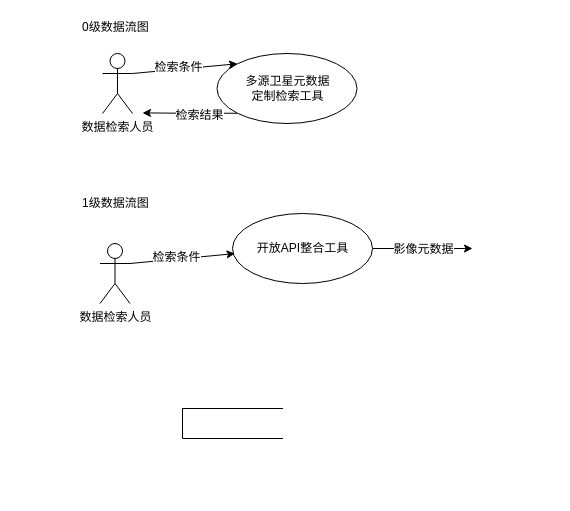
Above: page 6 of 6 of 影像查询和融合系统.drawio in dorbodwolf/graphs_from_draw.io (draw.io), before the change. Source tidied: cells renumbered, new cells numbered last; positions are measured from the earlier drawing's top-left corner, leaving out a move shared by most shapes. Both pictures are drawn from the tidied source at 100%, with x=0, y=0 at pixel (80, 17).
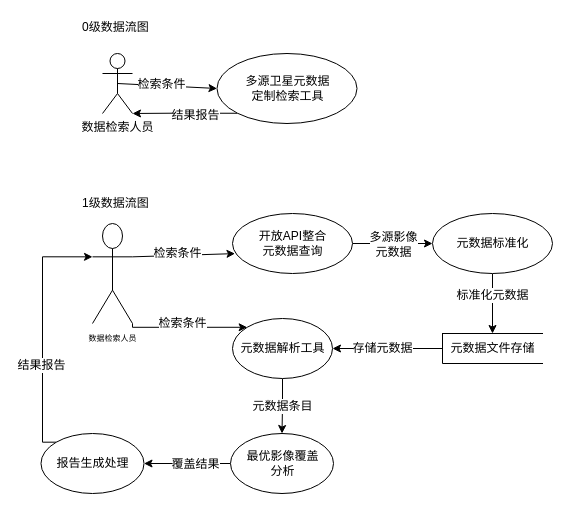
After the change.

Commit message (it also covers changes not shown here):
Update 影像查询和融合系统.drawio

Unchanged cells that the change refers to:
```xml
<mxCell id="5" value="多源卫星元数据&lt;br&gt;定制检索工具" style="shape=ellipse;html=1;dashed=0;whitespace=wrap;perimeter=ellipsePerimeter;" parent="1" vertex="1">
  <mxGeometry x="136.5" y="36" width="140" height="70" as="geometry" />
</mxCell>
<mxCell id="8" value="数据检索人员" style="shape=umlActor;verticalLabelPosition=bottom;labelBackgroundColor=#ffffff;verticalAlign=top;html=1;outlineConnect=0;" parent="1" vertex="1">
  <mxGeometry x="22" y="36" width="30" height="60" as="geometry" />
</mxCell>
```

The edit, as a diff of the source:
```diff
@@
+    <mxCell id="17" style="edgeStyle=orthogonalEdgeStyle;rounded=0;jettySize=auto;html=1;" parent="1" edge="1" source="2" target="34">
+      <mxGeometry relative="1" as="geometry" />
+    </mxCell>
+    <mxCell id="18" value="存储元数据" style="text;html=1;align=center;verticalAlign=middle;labelBackgroundColor=#ffffff;" parent="17" vertex="1">
+      <mxGeometry x="0.21" y="2" relative="1" as="geometry">
+        <mxPoint x="6" y="-2.5" as="offset" />
+      </mxGeometry>
+    </mxCell>
-    <mxCell id="2" style="html=1;dashed=0;whitespace=wrap;shape=partialRectangle;right=0;fillColor=none;" parent="1" vertex="1">
-      <mxGeometry x="102" y="391" width="100" height="30" as="geometry" />
+    <mxCell id="2" value="元数据文件存储&lt;br&gt;" style="html=1;dashed=0;whitespace=wrap;shape=partialRectangle;right=0;fillColor=none;" parent="1" vertex="1">
+      <mxGeometry x="362" y="316" width="100" height="30" as="geometry" />
     </mxCell>
-    <mxCell id="3" style="edgeStyle=orthogonalEdgeStyle;rounded=0;jettySize=auto;html=1;exitX=0;exitY=1;exitDx=0;exitDy=0;" parent="1" edge="1" source="5">
+    <mxCell id="3" style="edgeStyle=orthogonalEdgeStyle;rounded=0;jettySize=auto;html=1;exitX=0;exitY=1;exitDx=0;exitDy=0;entryX=1;entryY=1;entryDx=0;entryDy=0;entryPerimeter=0;" parent="1" edge="1" source="5" target="8">
       <mxGeometry relative="1" as="geometry">
-        <mxPoint x="62" y="95.4" as="targetPoint" />
+        <Array as="points">
+          <mxPoint x="94" y="96" />
+        </Array>
       </mxGeometry>
     </mxCell>
-    <mxCell id="4" value="检索结果" style="text;html=1;align=center;verticalAlign=middle;labelBackgroundColor=#ffffff;" parent="3" vertex="1">
+    <mxCell id="4" value="结果报告" style="text;html=1;align=center;verticalAlign=middle;labelBackgroundColor=#ffffff;" parent="3" vertex="1">
       <mxGeometry x="-0.18" y="2" relative="1" as="geometry" />
     </mxCell>
@@
-    <mxCell id="6" style="endArrow=classic;html=1;exitX=1;exitY=0.3333333333333333;exitDx=0;exitDy=0;exitPerimeter=0;entryX=0;entryY=0;entryDx=0;entryDy=0;" parent="1" edge="1" source="8" target="5">
+    <mxCell id="6" style="endArrow=classic;html=1;exitX=0.5;exitY=0.5;exitDx=0;exitDy=0;exitPerimeter=0;entryX=0;entryY=0.5;entryDx=0;entryDy=0;" parent="1" edge="1" source="8" target="5">
       <mxGeometry relative="1" as="geometry" />
     </mxCell>
@@
+    <mxCell id="19" style="edgeStyle=orthogonalEdgeStyle;rounded=0;jettySize=auto;html=1;exitX=1;exitY=1;exitDx=0;exitDy=0;exitPerimeter=0;entryX=0;entryY=0;entryDx=0;entryDy=0;" parent="1" edge="1" source="13" target="34">
+      <mxGeometry relative="1" as="geometry">
+        <Array as="points">
+          <mxPoint x="52" y="310" />
+        </Array>
+      </mxGeometry>
+    </mxCell>
+    <mxCell id="20" value="检索条件" style="text;html=1;align=center;verticalAlign=middle;labelBackgroundColor=#ffffff;" parent="19" vertex="1">
+      <mxGeometry x="-0.14" y="-3" relative="1" as="geometry">
+        <mxPoint x="2.5" y="-7" as="offset" />
+      </mxGeometry>
+    </mxCell>
-    <mxCell id="13" value="数据检索人员" style="shape=umlActor;verticalLabelPosition=bottom;labelBackgroundColor=#ffffff;verticalAlign=top;html=1;outlineConnect=0;" parent="1" vertex="1">
-      <mxGeometry x="19.5" y="226" width="30" height="60" as="geometry" />
+    <mxCell id="13" value="&lt;font style=&quot;font-size: 8px&quot;&gt;数据检索人员&lt;/font&gt;" style="shape=umlActor;verticalLabelPosition=bottom;labelBackgroundColor=#ffffff;verticalAlign=top;html=1;outlineConnect=0;" parent="1" vertex="1">
+      <mxGeometry x="12" y="206" width="40" height="100" as="geometry" />
     </mxCell>
-    <mxCell id="14" style="edgeStyle=orthogonalEdgeStyle;rounded=0;jettySize=auto;html=1;" parent="1" edge="1" source="16">
-      <mxGeometry relative="1" as="geometry">
-        <mxPoint x="392" y="231" as="targetPoint" />
-      </mxGeometry>
-    </mxCell>
-    <mxCell id="15" value="影像元数据" style="text;html=1;align=center;verticalAlign=middle;labelBackgroundColor=#ffffff;" parent="14" vertex="1">
-      <mxGeometry x="-0.34" y="-1" relative="1" as="geometry">
-        <mxPoint x="17" y="-1" as="offset" />
-      </mxGeometry>
-    </mxCell>
+    <mxCell id="21" style="edgeStyle=orthogonalEdgeStyle;rounded=0;jettySize=auto;html=1;" parent="1" edge="1" source="16" target="25">
+      <mxGeometry relative="1" as="geometry" />
+    </mxCell>
+    <mxCell id="22" value="多源影像&lt;br&gt;元数据" style="text;html=1;align=center;verticalAlign=middle;labelBackgroundColor=#ffffff;" parent="21" vertex="1">
+      <mxGeometry x="-0.32" relative="1" as="geometry">
+        <mxPoint x="13" as="offset" />
+      </mxGeometry>
+    </mxCell>
-    <mxCell id="16" value="开放API整合工具" style="shape=ellipse;html=1;dashed=0;whitespace=wrap;perimeter=ellipsePerimeter;" parent="1" vertex="1">
-      <mxGeometry x="152" y="196" width="140" height="70" as="geometry" />
+    <mxCell id="16" value="开放API整合&lt;br&gt;元数据查询" style="shape=ellipse;html=1;dashed=0;whitespace=wrap;perimeter=ellipsePerimeter;" parent="1" vertex="1">
+      <mxGeometry x="152" y="196" width="120" height="60" as="geometry" />
     </mxCell>
+    <mxCell id="23" style="edgeStyle=orthogonalEdgeStyle;rounded=0;jettySize=auto;html=1;" parent="1" edge="1" source="25" target="2">
+      <mxGeometry relative="1" as="geometry" />
+    </mxCell>
+    <mxCell id="24" value="标准化元数据" style="text;html=1;align=center;verticalAlign=middle;labelBackgroundColor=#ffffff;" parent="23" vertex="1">
+      <mxGeometry x="-0.29" y="-1" relative="1" as="geometry" />
+    </mxCell>
+    <mxCell id="25" value="元数据标准化" style="shape=ellipse;html=1;dashed=0;whitespace=wrap;perimeter=ellipsePerimeter;" parent="1" vertex="1">
+      <mxGeometry x="352" y="196" width="120" height="60" as="geometry" />
+    </mxCell>
+    <mxCell id="26" style="edgeStyle=orthogonalEdgeStyle;rounded=0;jettySize=auto;html=1;" parent="1" edge="1" source="28" target="31">
+      <mxGeometry relative="1" as="geometry" />
+    </mxCell>
+    <mxCell id="27" value="覆盖结果" style="text;html=1;align=center;verticalAlign=middle;labelBackgroundColor=#ffffff;" parent="26" vertex="1">
+      <mxGeometry x="-0.16" relative="1" as="geometry" />
+    </mxCell>
+    <mxCell id="28" value="最优影像覆盖&lt;br&gt;分析" style="shape=ellipse;html=1;dashed=0;whitespace=wrap;perimeter=ellipsePerimeter;" parent="1" vertex="1">
+      <mxGeometry x="150" y="416" width="103" height="60" as="geometry" />
+    </mxCell>
+    <mxCell id="29" style="edgeStyle=orthogonalEdgeStyle;rounded=0;jettySize=auto;html=1;exitX=0;exitY=0;exitDx=0;exitDy=0;entryX=0;entryY=0.3333333333333333;entryDx=0;entryDy=0;entryPerimeter=0;" parent="1" edge="1" source="31" target="13">
+      <mxGeometry relative="1" as="geometry">
+        <Array as="points">
+          <mxPoint x="-38" y="425" />
+          <mxPoint x="-38" y="240" />
+        </Array>
+      </mxGeometry>
+    </mxCell>
+    <mxCell id="30" value="结果报告" style="text;html=1;align=center;verticalAlign=middle;labelBackgroundColor=#ffffff;" parent="29" vertex="1">
+      <mxGeometry x="0.06" y="2" relative="1" as="geometry">
+        <mxPoint x="0.5" y="41.5" as="offset" />
+      </mxGeometry>
+    </mxCell>
+    <mxCell id="31" value="报告生成处理" style="shape=ellipse;html=1;dashed=0;whitespace=wrap;perimeter=ellipsePerimeter;" parent="1" vertex="1">
+      <mxGeometry x="-39.5" y="416" width="103" height="60" as="geometry" />
+    </mxCell>
+    <mxCell id="32" style="edgeStyle=orthogonalEdgeStyle;rounded=0;jettySize=auto;html=1;" parent="1" edge="1" source="34" target="28">
+      <mxGeometry relative="1" as="geometry" />
+    </mxCell>
+    <mxCell id="33" value="元数据条目" style="text;html=1;align=center;verticalAlign=middle;labelBackgroundColor=#ffffff;" parent="32" vertex="1">
+      <mxGeometry x="0.25" y="-2" relative="1" as="geometry">
+        <mxPoint x="2" y="-7" as="offset" />
+      </mxGeometry>
+    </mxCell>
+    <mxCell id="34" value="元数据解析工具" style="shape=ellipse;html=1;dashed=0;whitespace=wrap;perimeter=ellipsePerimeter;" parent="1" vertex="1">
+      <mxGeometry x="152" y="301" width="100" height="60" as="geometry" />
+    </mxCell>
```
